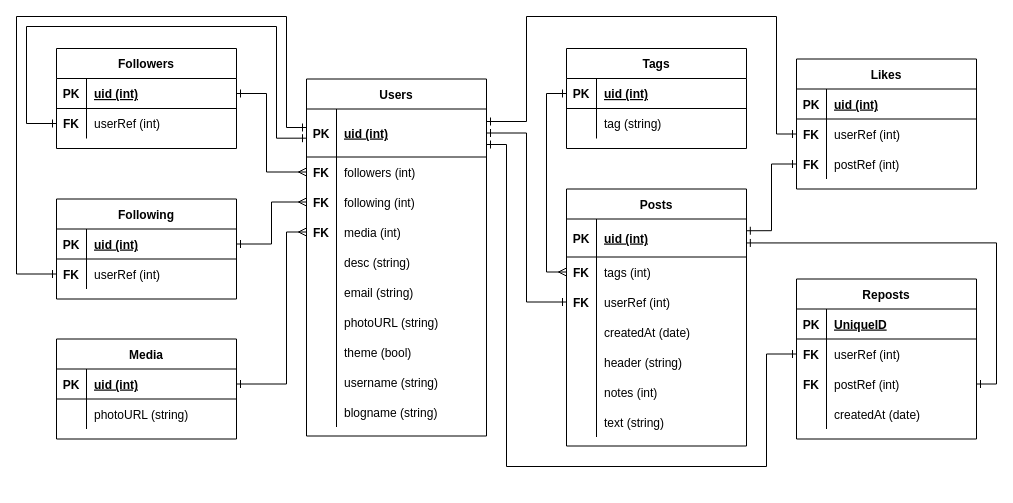
h3rthrt/stars-microblog keeps this draw.io diagram as relational diagram.drawio. Above is the earlier version. Source tidied: cells renumbered, new cells numbered last; positions are measured from the earlier drawing's top-left corner, leaving out a move shared by most shapes. Both pictures are drawn from the tidied source at 100%, with x=0, y=0 at pixel (16, 16).
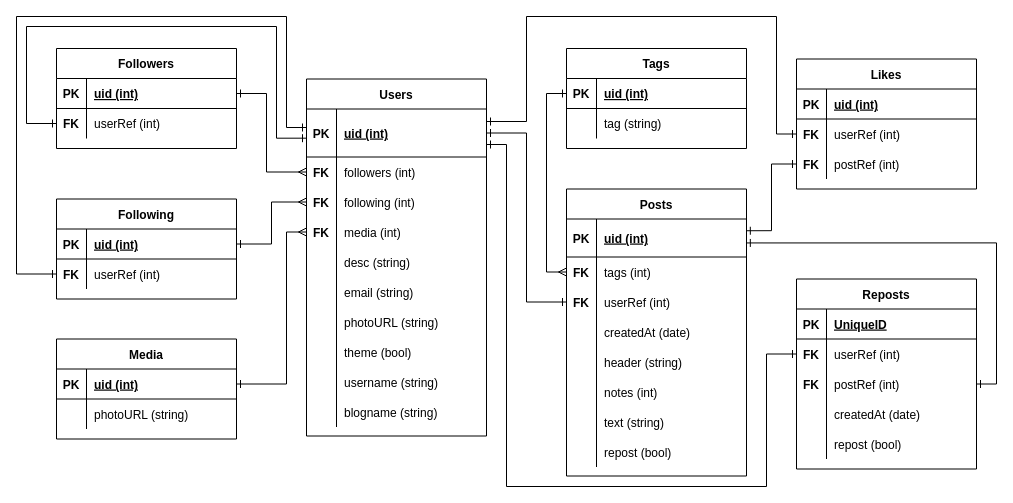
The same page after the edit.

Unchanged cells that the change refers to:
```xml
<mxCell id="104" style="shape=partialRectangle;fillColor=none;top=0;left=0;bottom=0;right=0;points=[[0,0.5],[1,0.5]];portConstraint=eastwest;" parent="100" vertex="1">
  <mxGeometry y="60" width="180" height="30" as="geometry" />
</mxCell>
```

The edit, as a diff of the source:
```diff
@@
     <mxCell id="59" value="Posts" style="shape=table;startSize=30;childLayout=tableLayout;rowLines=0;fontStyle=1;align=center;rounded=0;sketch=0;" parent="1" vertex="1">
-      <mxGeometry x="550" y="172.5" width="180" height="257" as="geometry" />
+      <mxGeometry x="550" y="172.5" width="180" height="287" as="geometry" />
     </mxCell>
@@
+    <mxCell id="117" style="shape=partialRectangle;fillColor=none;top=0;left=0;bottom=0;right=0;" parent="59" vertex="1">
+      <mxGeometry y="248" width="180" height="30" as="geometry" />
+    </mxCell>
+    <mxCell id="118" style="shape=partialRectangle;fillColor=none;top=0;left=0;bottom=0;right=0;overflow=hidden;" parent="117" vertex="1">
+      <mxGeometry width="30" height="30" as="geometry" />
+    </mxCell>
+    <mxCell id="119" value="repost (bool)" style="shape=partialRectangle;fillColor=none;top=0;left=0;bottom=0;right=0;align=left;spacingLeft=6;overflow=hidden;" parent="117" vertex="1">
+      <mxGeometry x="30" width="150" height="30" as="geometry" />
+    </mxCell>
@@
     <mxCell id="100" value="Reposts" style="shape=table;startSize=30;childLayout=tableLayout;rowLines=0;fontStyle=1;align=center;rounded=0;sketch=0;" parent="1" vertex="1">
-      <mxGeometry x="780" y="262.5" width="180" height="160" as="geometry" />
+      <mxGeometry x="780" y="262.5" width="180" height="190" as="geometry" />
     </mxCell>
@@
+    <mxCell id="120" style="shape=partialRectangle;fillColor=none;top=0;left=0;bottom=0;right=0;" parent="100" vertex="1">
+      <mxGeometry y="150" width="180" height="30" as="geometry" />
+    </mxCell>
+    <mxCell id="121" style="shape=partialRectangle;fillColor=none;top=0;left=0;bottom=0;right=0;overflow=hidden;" parent="120" vertex="1">
+      <mxGeometry width="30" height="30" as="geometry" />
+    </mxCell>
+    <mxCell id="122" value="repost (bool)" style="shape=partialRectangle;fillColor=none;top=0;left=0;bottom=0;right=0;align=left;spacingLeft=6;overflow=hidden;" parent="120" vertex="1">
+      <mxGeometry x="30" width="150" height="30" as="geometry" />
+    </mxCell>
@@
     <mxCell id="115" style="edgeStyle=orthogonalEdgeStyle;rounded=0;sketch=0;jettySize=auto;html=1;startArrow=ERone;startFill=0;endArrow=ERone;endFill=0;exitX=0;exitY=0.5;exitDx=0;exitDy=0;" parent="1" edge="1" source="104">
       <mxGeometry relative="1" as="geometry">
         <mxPoint x="470" y="128" as="targetPoint" />
         <Array as="points">
           <mxPoint x="750" y="338" />
-          <mxPoint x="750" y="450" />
-          <mxPoint x="490" y="450" />
+          <mxPoint x="750" y="470" />
+          <mxPoint x="490" y="470" />
           <mxPoint x="490" y="128" />
         </Array>
       </mxGeometry>
     </mxCell>
```
